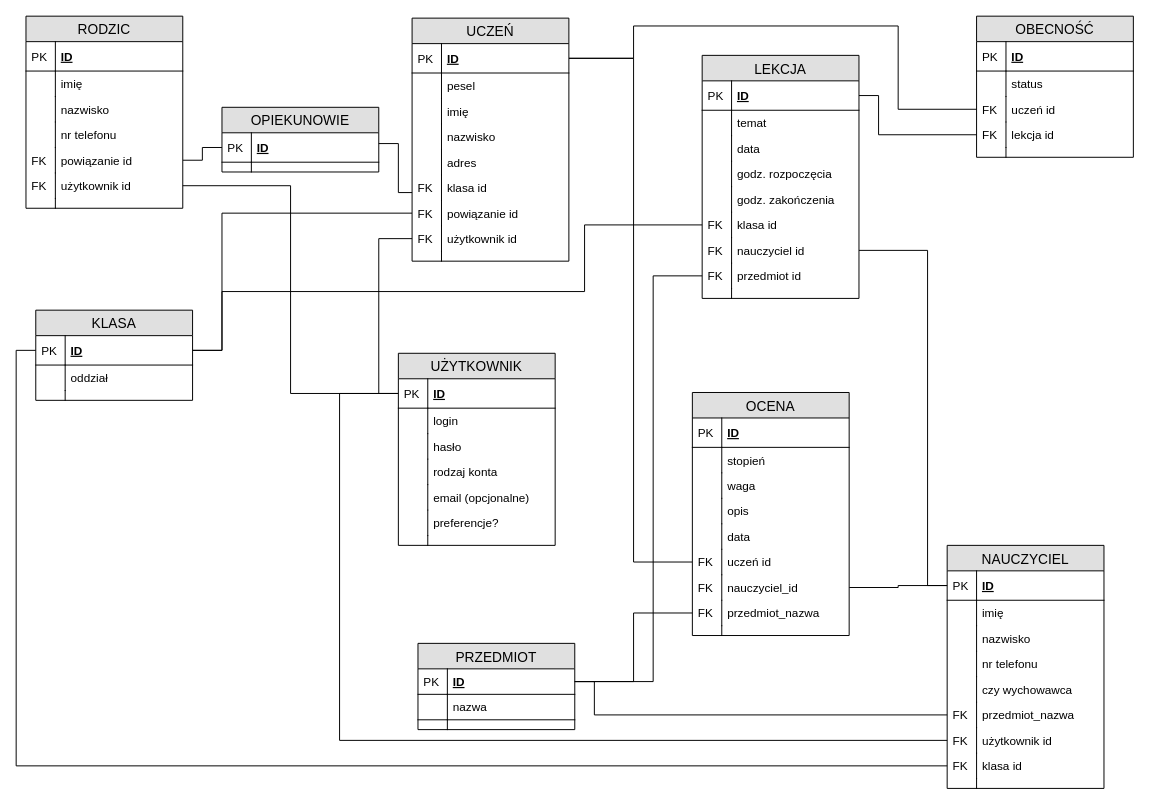
This is page "Moidel Logiczny" (2 of 4) of Modele/modele.drawio from maciekpajak/BAZY_DANYCH_PROJEKT, a draw.io file, before an edit. Source tidied: cells renumbered, new cells numbered last; positions are measured from the earlier drawing's top-left corner, leaving out a move shared by most shapes. Both pictures are drawn from the tidied source at 98%, with x=0, y=0 at pixel (25, 16).
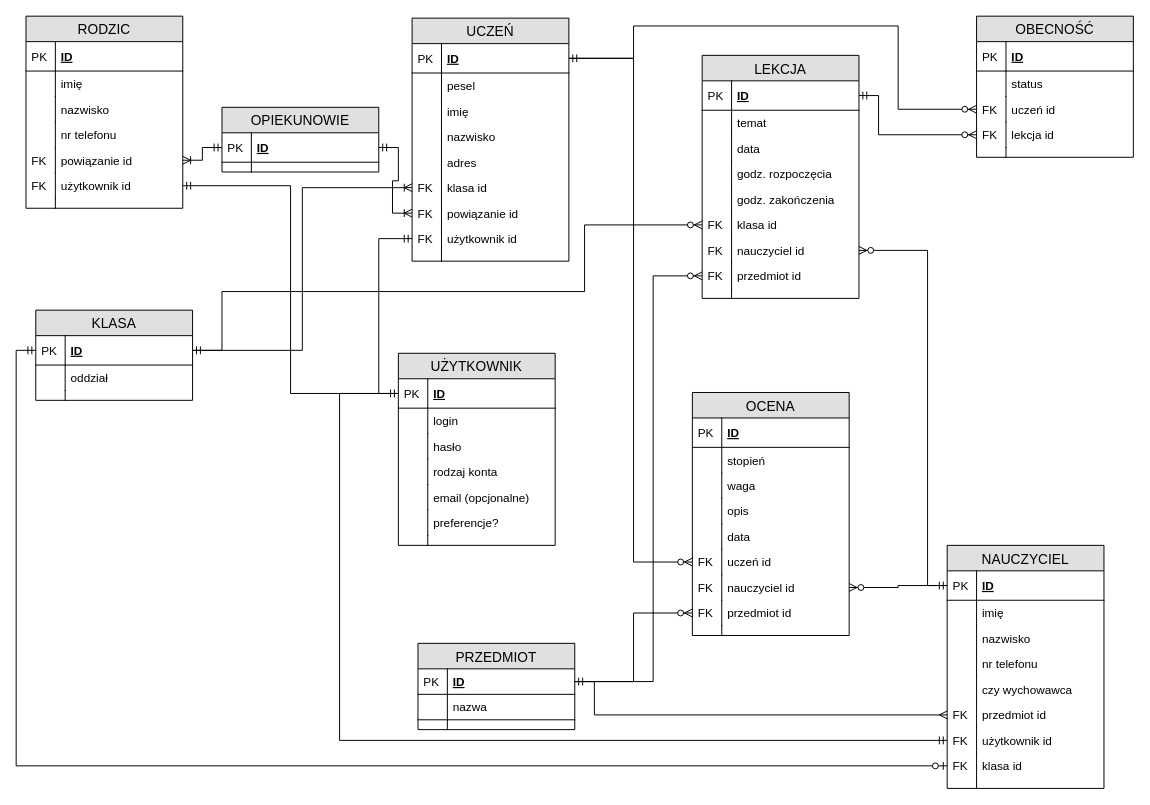
The same page after the edit.

Unchanged cells that the change refers to:
```xml
<mxCell id="3" value="ID" style="shape=partialRectangle;top=0;left=0;right=0;bottom=1;align=left;verticalAlign=middle;fillColor=none;spacingLeft=34;spacingRight=4;overflow=hidden;points=[[0,0.5],[1,0.5]];portConstraint=eastwest;fontStyle=5;fontSize=12;" parent="2" vertex="1">
  <mxGeometry y="26" width="160" height="30" as="geometry" />
</mxCell>
<mxCell id="13" value="klasa id" style="shape=partialRectangle;top=0;left=0;right=0;bottom=0;align=left;verticalAlign=top;fillColor=none;spacingLeft=34;spacingRight=4;overflow=hidden;points=[[0,0.5],[1,0.5]];portConstraint=eastwest;fontSize=12;" parent="2" vertex="1">
  <mxGeometry y="160" width="160" height="26" as="geometry" />
</mxCell>
<mxCell id="15" value="nauczyciel id" style="shape=partialRectangle;top=0;left=0;right=0;bottom=0;align=left;verticalAlign=top;fillColor=none;spacingLeft=34;spacingRight=4;overflow=hidden;points=[[0,0.5],[1,0.5]];portConstraint=eastwest;fontSize=12;" parent="2" vertex="1">
  <mxGeometry y="186" width="160" height="26" as="geometry" />
</mxCell>
<mxCell id="17" value="przedmiot id" style="shape=partialRectangle;top=0;left=0;right=0;bottom=0;align=left;verticalAlign=top;fillColor=none;spacingLeft=34;spacingRight=4;overflow=hidden;points=[[0,0.5],[1,0.5]];portConstraint=eastwest;fontSize=12;" parent="2" vertex="1">
  <mxGeometry y="212" width="160" height="26" as="geometry" />
</mxCell>
<mxCell id="26" value="uczeń id" style="shape=partialRectangle;top=0;left=0;right=0;bottom=0;align=left;verticalAlign=top;fillColor=none;spacingLeft=34;spacingRight=4;overflow=hidden;points=[[0,0.5],[1,0.5]];portConstraint=eastwest;fontSize=12;" parent="21" vertex="1">
  <mxGeometry y="82" width="160" height="26" as="geometry" />
</mxCell>
<mxCell id="28" value="lekcja id" style="shape=partialRectangle;top=0;left=0;right=0;bottom=0;align=left;verticalAlign=top;fillColor=none;spacingLeft=34;spacingRight=4;overflow=hidden;points=[[0,0.5],[1,0.5]];portConstraint=eastwest;fontSize=12;" parent="21" vertex="1">
  <mxGeometry y="108" width="160" height="26" as="geometry" />
</mxCell>
<mxCell id="39" value="NAUCZYCIEL" style="swimlane;fontStyle=0;horizontal=1;startSize=26;fillColor=#e0e0e0;swimlaneFillColor=#ffffff;align=center;fontSize=14;rounded=0;" parent="1" vertex="1">
  <mxGeometry x="940" y="540" width="160" height="248" as="geometry" />
</mxCell>
<mxCell id="40" value="ID" style="shape=partialRectangle;top=0;left=0;right=0;bottom=1;align=left;verticalAlign=middle;fillColor=none;spacingLeft=34;spacingRight=4;overflow=hidden;points=[[0,0.5],[1,0.5]];portConstraint=eastwest;fontStyle=5;fontSize=12;" parent="39" vertex="1">
  <mxGeometry y="26" width="160" height="30" as="geometry" />
</mxCell>
<mxCell id="52" value="użytkownik id" style="shape=partialRectangle;top=0;left=0;right=0;bottom=0;align=left;verticalAlign=top;fillColor=none;spacingLeft=34;spacingRight=4;overflow=hidden;points=[[0,0.5],[1,0.5]];portConstraint=eastwest;fontSize=12;rounded=0;" parent="39" vertex="1">
  <mxGeometry y="186" width="160" height="26" as="geometry" />
</mxCell>
<mxCell id="54" value="klasa id" style="shape=partialRectangle;top=0;left=0;right=0;bottom=0;align=left;verticalAlign=top;fillColor=none;spacingLeft=34;spacingRight=4;overflow=hidden;points=[[0,0.5],[1,0.5]];portConstraint=eastwest;fontSize=12;rounded=0;" parent="39" vertex="1">
  <mxGeometry y="212" width="160" height="26" as="geometry" />
</mxCell>
<mxCell id="59" value="OCENA" style="swimlane;fontStyle=0;horizontal=1;startSize=26;fillColor=#e0e0e0;swimlaneFillColor=#ffffff;align=center;fontSize=14;rounded=0;" parent="1" vertex="1">
  <mxGeometry x="680" y="384" width="160" height="248" as="geometry" />
</mxCell>
<mxCell id="70" value="uczeń id" style="shape=partialRectangle;top=0;left=0;right=0;bottom=0;align=left;verticalAlign=top;fillColor=none;spacingLeft=34;spacingRight=4;overflow=hidden;points=[[0,0.5],[1,0.5]];portConstraint=eastwest;fontSize=12;" parent="59" vertex="1">
  <mxGeometry y="160" width="160" height="26" as="geometry" />
</mxCell>
<mxCell id="87" value="powiązanie id" style="shape=partialRectangle;top=0;left=0;right=0;bottom=0;align=left;verticalAlign=top;fillColor=none;spacingLeft=34;spacingRight=4;overflow=hidden;points=[[0,0.5],[1,0.5]];portConstraint=eastwest;fontSize=12;" parent="78" vertex="1">
  <mxGeometry y="134" width="160" height="26" as="geometry" />
</mxCell>
<mxCell id="89" value="użytkownik id" style="shape=partialRectangle;top=0;left=0;right=0;bottom=0;align=left;verticalAlign=top;fillColor=none;spacingLeft=34;spacingRight=4;overflow=hidden;points=[[0,0.5],[1,0.5]];portConstraint=eastwest;fontSize=12;" parent="78" vertex="1">
  <mxGeometry y="160" width="160" height="26" as="geometry" />
</mxCell>
<mxCell id="94" value="ID" style="shape=partialRectangle;top=0;left=0;right=0;bottom=1;align=left;verticalAlign=middle;fillColor=none;spacingLeft=34;spacingRight=4;overflow=hidden;points=[[0,0.5],[1,0.5]];portConstraint=eastwest;fontStyle=5;fontSize=12;" parent="93" vertex="1">
  <mxGeometry y="26" width="160" height="30" as="geometry" />
</mxCell>
<mxCell id="104" value="klasa id" style="shape=partialRectangle;top=0;left=0;right=0;bottom=0;align=left;verticalAlign=top;fillColor=none;spacingLeft=34;spacingRight=4;overflow=hidden;points=[[0,0.5],[1,0.5]];portConstraint=eastwest;fontSize=12;rounded=0;" parent="93" vertex="1">
  <mxGeometry y="160" width="160" height="26" as="geometry" />
</mxCell>
<mxCell id="106" value="powiązanie id" style="shape=partialRectangle;top=0;left=0;right=0;bottom=0;align=left;verticalAlign=top;fillColor=none;spacingLeft=34;spacingRight=4;overflow=hidden;points=[[0,0.5],[1,0.5]];portConstraint=eastwest;fontSize=12;rounded=0;" parent="93" vertex="1">
  <mxGeometry y="186" width="160" height="26" as="geometry" />
</mxCell>
<mxCell id="108" value="użytkownik id" style="shape=partialRectangle;top=0;left=0;right=0;bottom=0;align=left;verticalAlign=top;fillColor=none;spacingLeft=34;spacingRight=4;overflow=hidden;points=[[0,0.5],[1,0.5]];portConstraint=eastwest;fontSize=12;rounded=0;" parent="93" vertex="1">
  <mxGeometry y="212" width="160" height="26" as="geometry" />
</mxCell>
<mxCell id="113" value="ID" style="shape=partialRectangle;top=0;left=0;right=0;bottom=1;align=left;verticalAlign=middle;fillColor=none;spacingLeft=34;spacingRight=4;overflow=hidden;points=[[0,0.5],[1,0.5]];portConstraint=eastwest;fontStyle=5;fontSize=12;" parent="112" vertex="1">
  <mxGeometry y="26" width="160" height="30" as="geometry" />
</mxCell>
<mxCell id="118" value="ID" style="shape=partialRectangle;top=0;left=0;right=0;bottom=1;align=left;verticalAlign=middle;fillColor=none;spacingLeft=34;spacingRight=4;overflow=hidden;points=[[0,0.5],[1,0.5]];portConstraint=eastwest;fontStyle=5;fontSize=12;" parent="117" vertex="1">
  <mxGeometry y="26" width="160" height="30" as="geometry" />
</mxCell>
<mxCell id="128" value="ID" style="shape=partialRectangle;top=0;left=0;right=0;bottom=1;align=left;verticalAlign=middle;fillColor=none;spacingLeft=34;spacingRight=4;overflow=hidden;points=[[0,0.5],[1,0.5]];portConstraint=eastwest;fontStyle=5;fontSize=12;" parent="127" vertex="1">
  <mxGeometry y="26" width="160" height="30" as="geometry" />
</mxCell>
<mxCell id="144" value="ID" style="shape=partialRectangle;top=0;left=0;right=0;bottom=1;align=left;verticalAlign=top;fillColor=none;spacingLeft=34;spacingRight=4;overflow=hidden;points=[[0,0.5],[1,0.5]];portConstraint=eastwest;fontSize=12;fontStyle=5;" parent="143" vertex="1">
  <mxGeometry y="26" width="160" height="26" as="geometry" />
</mxCell>
```

Change to the diagram source:
```diff
@@
-    <mxCell id="32" style="edgeStyle=orthogonalEdgeStyle;jettySize=auto;html=1;exitX=0;exitY=0.5;exitDx=0;exitDy=0;entryX=1;entryY=0.5;entryDx=0;entryDy=0;startArrow=none;startFill=0;endArrow=none;endFill=0;rounded=0;" parent="1" edge="1" source="28" target="3">
+    <mxCell id="32" style="edgeStyle=orthogonalEdgeStyle;jettySize=auto;html=1;exitX=0;exitY=0.5;exitDx=0;exitDy=0;entryX=1;entryY=0.5;entryDx=0;entryDy=0;startArrow=ERzeroToMany;startFill=1;endArrow=ERmandOne;endFill=0;rounded=0;" parent="1" edge="1" source="28" target="3">
       <mxGeometry relative="1" as="geometry">
         <Array as="points">
           <mxPoint x="870" y="121" />
           <mxPoint x="870" y="81" />
         </Array>
       </mxGeometry>
     </mxCell>
-    <mxCell id="33" style="edgeStyle=orthogonalEdgeStyle;jettySize=auto;html=1;exitX=0;exitY=0.5;exitDx=0;exitDy=0;entryX=1;entryY=0.5;entryDx=0;entryDy=0;startArrow=none;startFill=0;endArrow=none;endFill=0;rounded=0;" parent="1" edge="1" source="13" target="118">
+    <mxCell id="33" style="edgeStyle=orthogonalEdgeStyle;jettySize=auto;html=1;exitX=0;exitY=0.5;exitDx=0;exitDy=0;entryX=1;entryY=0.5;entryDx=0;entryDy=0;startArrow=ERzeroToMany;startFill=1;endArrow=none;endFill=0;rounded=0;" parent="1" edge="1" source="13" target="118">
       <mxGeometry relative="1" as="geometry">
         <Array as="points">
           <mxPoint x="570" y="213" />
           <mxPoint x="570" y="281" />
           <mxPoint x="200" y="281" />
           <mxPoint x="200" y="341" />
         </Array>
       </mxGeometry>
     </mxCell>
-    <mxCell id="34" style="edgeStyle=orthogonalEdgeStyle;jettySize=auto;html=1;exitX=1;exitY=0.5;exitDx=0;exitDy=0;entryX=0;entryY=0.5;entryDx=0;entryDy=0;startArrow=none;startFill=0;endArrow=none;endFill=0;rounded=0;" parent="1" edge="1" source="15" target="40">
+    <mxCell id="34" style="edgeStyle=orthogonalEdgeStyle;jettySize=auto;html=1;exitX=1;exitY=0.5;exitDx=0;exitDy=0;entryX=0;entryY=0.5;entryDx=0;entryDy=0;startArrow=ERzeroToMany;startFill=1;endArrow=none;endFill=0;rounded=0;" parent="1" edge="1" source="15" target="40">
       <mxGeometry relative="1" as="geometry">
         <Array as="points">
           <mxPoint x="920" y="239" />
           <mxPoint x="920" y="581" />
         </Array>
       </mxGeometry>
     </mxCell>
-    <mxCell id="35" style="edgeStyle=orthogonalEdgeStyle;rounded=0;jettySize=auto;html=1;exitX=0;exitY=0.5;exitDx=0;exitDy=0;entryX=1;entryY=0.5;entryDx=0;entryDy=0;startArrow=none;startFill=0;endArrow=none;endFill=0;strokeColor=#000000;" parent="1" edge="1" source="70" target="94">
+    <mxCell id="35" style="edgeStyle=orthogonalEdgeStyle;rounded=0;jettySize=auto;html=1;exitX=0;exitY=0.5;exitDx=0;exitDy=0;entryX=1;entryY=0.5;entryDx=0;entryDy=0;startArrow=ERzeroToMany;startFill=1;endArrow=none;endFill=0;strokeColor=#000000;" parent="1" edge="1" source="70" target="94">
       <mxGeometry relative="1" as="geometry">
         <Array as="points">
           <mxPoint x="620" y="557" />
           <mxPoint x="620" y="43" />
         </Array>
       </mxGeometry>
     </mxCell>
-    <mxCell id="36" style="edgeStyle=orthogonalEdgeStyle;rounded=0;jettySize=auto;html=1;exitX=1;exitY=0.5;exitDx=0;exitDy=0;entryX=0;entryY=0.5;entryDx=0;entryDy=0;endArrow=none;endFill=0;" parent="1" edge="1" source="87" target="113">
+    <mxCell id="36" style="edgeStyle=orthogonalEdgeStyle;rounded=0;jettySize=auto;html=1;exitX=1;exitY=0.5;exitDx=0;exitDy=0;entryX=0;entryY=0.5;entryDx=0;entryDy=0;endArrow=ERmandOne;endFill=0;startArrow=ERoneToMany;startFill=0;" parent="1" edge="1" source="87" target="113">
       <mxGeometry relative="1" as="geometry" />
     </mxCell>
-    <mxCell id="37" style="edgeStyle=orthogonalEdgeStyle;rounded=0;jettySize=auto;html=1;endArrow=none;endFill=0;exitX=0;exitY=0.5;exitDx=0;exitDy=0;entryX=1;entryY=0.5;entryDx=0;entryDy=0;" parent="1" edge="1" source="26" target="94">
+    <mxCell id="37" style="edgeStyle=orthogonalEdgeStyle;rounded=0;jettySize=auto;html=1;endArrow=ERmandOne;endFill=0;exitX=0;exitY=0.5;exitDx=0;exitDy=0;entryX=1;entryY=0.5;entryDx=0;entryDy=0;startArrow=ERzeroToMany;startFill=1;" parent="1" edge="1" source="26" target="94">
       <mxGeometry relative="1" as="geometry">
         <Array as="points">
           <mxPoint x="890" y="95" />
           <mxPoint x="890" y="10" />
           <mxPoint x="620" y="10" />
           <mxPoint x="620" y="43" />
         </Array>
       </mxGeometry>
     </mxCell>
-    <mxCell id="38" style="edgeStyle=orthogonalEdgeStyle;jettySize=auto;html=1;exitX=1;exitY=0.5;exitDx=0;exitDy=0;entryX=0;entryY=0.5;entryDx=0;entryDy=0;endArrow=none;endFill=0;rounded=0;strokeWidth=1;" parent="1" edge="1" source="118" target="106">
-      <mxGeometry relative="1" as="geometry">
-        <Array as="points">
-          <mxPoint x="200" y="341" />
-          <mxPoint x="200" y="201" />
-        </Array>
-      </mxGeometry>
-    </mxCell>
@@
-    <mxCell id="50" value="przedmiot_nazwa" style="shape=partialRectangle;top=0;left=0;right=0;bottom=0;align=left;verticalAlign=top;fillColor=none;spacingLeft=34;spacingRight=4;overflow=hidden;points=[[0,0.5],[1,0.5]];portConstraint=eastwest;fontSize=12;rounded=0;" parent="39" vertex="1">
+    <mxCell id="50" value="przedmiot id" style="shape=partialRectangle;top=0;left=0;right=0;bottom=0;align=left;verticalAlign=top;fillColor=none;spacingLeft=34;spacingRight=4;overflow=hidden;points=[[0,0.5],[1,0.5]];portConstraint=eastwest;fontSize=12;rounded=0;" parent="39" vertex="1">
       <mxGeometry y="160" width="160" height="26" as="geometry" />
     </mxCell>
@@
-    <mxCell id="58" style="edgeStyle=orthogonalEdgeStyle;rounded=0;jettySize=auto;html=1;exitX=0;exitY=0.5;exitDx=0;exitDy=0;entryX=1;entryY=0.5;entryDx=0;entryDy=0;endArrow=none;endFill=0;strokeWidth=1;" parent="1" edge="1" source="40" target="72">
+    <mxCell id="58" style="edgeStyle=orthogonalEdgeStyle;rounded=0;jettySize=auto;html=1;exitX=0;exitY=0.5;exitDx=0;exitDy=0;entryX=1;entryY=0.5;entryDx=0;entryDy=0;endArrow=ERzeroToMany;endFill=1;strokeWidth=1;startArrow=ERmandOne;startFill=0;" parent="1" edge="1" source="40" target="72">
       <mxGeometry relative="1" as="geometry" />
     </mxCell>
@@
-    <mxCell id="72" value="nauczyciel_id" style="shape=partialRectangle;top=0;left=0;right=0;bottom=0;align=left;verticalAlign=top;fillColor=none;spacingLeft=34;spacingRight=4;overflow=hidden;points=[[0,0.5],[1,0.5]];portConstraint=eastwest;fontSize=12;" parent="59" vertex="1">
+    <mxCell id="72" value="nauczyciel id" style="shape=partialRectangle;top=0;left=0;right=0;bottom=0;align=left;verticalAlign=top;fillColor=none;spacingLeft=34;spacingRight=4;overflow=hidden;points=[[0,0.5],[1,0.5]];portConstraint=eastwest;fontSize=12;" parent="59" vertex="1">
       <mxGeometry y="186" width="160" height="26" as="geometry" />
     </mxCell>
@@
-    <mxCell id="74" value="przedmiot_nazwa" style="shape=partialRectangle;top=0;left=0;right=0;bottom=0;align=left;verticalAlign=top;fillColor=none;spacingLeft=34;spacingRight=4;overflow=hidden;points=[[0,0.5],[1,0.5]];portConstraint=eastwest;fontSize=12;rounded=0;" parent="59" vertex="1">
+    <mxCell id="74" value="przedmiot id" style="shape=partialRectangle;top=0;left=0;right=0;bottom=0;align=left;verticalAlign=top;fillColor=none;spacingLeft=34;spacingRight=4;overflow=hidden;points=[[0,0.5],[1,0.5]];portConstraint=eastwest;fontSize=12;rounded=0;" parent="59" vertex="1">
       <mxGeometry y="212" width="160" height="26" as="geometry" />
     </mxCell>
@@
-    <mxCell id="124" style="edgeStyle=orthogonalEdgeStyle;rounded=0;jettySize=auto;html=1;exitX=1;exitY=0.5;exitDx=0;exitDy=0;entryX=0;entryY=0.5;entryDx=0;entryDy=0;endArrow=none;endFill=0;strokeWidth=1;" parent="1" edge="1" source="89" target="128">
+    <mxCell id="124" style="edgeStyle=orthogonalEdgeStyle;rounded=0;jettySize=auto;html=1;exitX=1;exitY=0.5;exitDx=0;exitDy=0;entryX=0;entryY=0.5;entryDx=0;entryDy=0;endArrow=none;endFill=0;strokeWidth=1;startArrow=ERmandOne;startFill=0;" parent="1" edge="1" source="89" target="128">
       <mxGeometry relative="1" as="geometry" />
     </mxCell>
-    <mxCell id="125" style="edgeStyle=orthogonalEdgeStyle;rounded=0;jettySize=auto;html=1;exitX=0;exitY=0.5;exitDx=0;exitDy=0;endArrow=none;endFill=0;strokeWidth=1;entryX=0;entryY=0.5;entryDx=0;entryDy=0;" parent="1" edge="1" source="108" target="128">
+    <mxCell id="125" style="edgeStyle=orthogonalEdgeStyle;rounded=0;jettySize=auto;html=1;exitX=0;exitY=0.5;exitDx=0;exitDy=0;endArrow=none;endFill=0;strokeWidth=1;entryX=0;entryY=0.5;entryDx=0;entryDy=0;startArrow=ERmandOne;startFill=0;" parent="1" edge="1" source="108" target="128">
       <mxGeometry relative="1" as="geometry" />
     </mxCell>
-    <mxCell id="126" style="edgeStyle=orthogonalEdgeStyle;rounded=0;jettySize=auto;html=1;exitX=0;exitY=0.5;exitDx=0;exitDy=0;entryX=0;entryY=0.5;entryDx=0;entryDy=0;endArrow=none;endFill=0;strokeWidth=1;" parent="1" edge="1" source="52" target="128">
+    <mxCell id="126" style="edgeStyle=orthogonalEdgeStyle;rounded=0;jettySize=auto;html=1;exitX=0;exitY=0.5;exitDx=0;exitDy=0;entryX=0;entryY=0.5;entryDx=0;entryDy=0;endArrow=ERmandOne;endFill=0;strokeWidth=1;startArrow=ERmandOne;startFill=0;" parent="1" edge="1" source="52" target="128">
       <mxGeometry relative="1" as="geometry">
         <Array as="points">
           <mxPoint x="320" y="739" />
           <mxPoint x="320" y="385" />
         </Array>
       </mxGeometry>
     </mxCell>
@@
-    <mxCell id="142" style="edgeStyle=orthogonalEdgeStyle;rounded=0;jettySize=auto;html=1;exitX=0;exitY=0.5;exitDx=0;exitDy=0;entryX=0;entryY=0.5;entryDx=0;entryDy=0;endArrow=none;endFill=0;strokeWidth=1;" parent="1" edge="1" source="54" target="118">
+    <mxCell id="142" style="edgeStyle=orthogonalEdgeStyle;rounded=0;jettySize=auto;html=1;exitX=0;exitY=0.5;exitDx=0;exitDy=0;entryX=0;entryY=0.5;entryDx=0;entryDy=0;endArrow=ERmandOne;endFill=0;strokeWidth=1;startArrow=ERzeroToOne;startFill=1;" parent="1" edge="1" source="54" target="118">
       <mxGeometry relative="1" as="geometry" />
     </mxCell>
@@
-    <mxCell id="150" style="edgeStyle=orthogonalEdgeStyle;rounded=0;jettySize=auto;html=1;exitX=0;exitY=0.5;exitDx=0;exitDy=0;entryX=1;entryY=0.5;entryDx=0;entryDy=0;endArrow=none;endFill=0;strokeWidth=1;" parent="1" edge="1" source="17" target="144">
+    <mxCell id="150" style="edgeStyle=orthogonalEdgeStyle;rounded=0;jettySize=auto;html=1;exitX=0;exitY=0.5;exitDx=0;exitDy=0;entryX=1;entryY=0.5;entryDx=0;entryDy=0;endArrow=ERmandOne;endFill=0;strokeWidth=1;startArrow=ERzeroToMany;startFill=1;" parent="1" edge="1" source="17" target="144">
       <mxGeometry relative="1" as="geometry">
         <Array as="points">
           <mxPoint x="640" y="265" />
           <mxPoint x="640" y="679" />
         </Array>
       </mxGeometry>
     </mxCell>
-    <mxCell id="151" style="edgeStyle=orthogonalEdgeStyle;rounded=0;jettySize=auto;html=1;exitX=0;exitY=0.5;exitDx=0;exitDy=0;entryX=1;entryY=0.5;entryDx=0;entryDy=0;endArrow=none;endFill=0;strokeWidth=1;" parent="1" edge="1" source="74" target="144">
+    <mxCell id="151" style="edgeStyle=orthogonalEdgeStyle;rounded=0;jettySize=auto;html=1;exitX=0;exitY=0.5;exitDx=0;exitDy=0;entryX=1;entryY=0.5;entryDx=0;entryDy=0;endArrow=none;endFill=0;strokeWidth=1;startArrow=ERzeroToMany;startFill=1;" parent="1" edge="1" source="74" target="144">
       <mxGeometry relative="1" as="geometry" />
     </mxCell>
-    <mxCell id="152" style="edgeStyle=orthogonalEdgeStyle;rounded=0;jettySize=auto;html=1;exitX=0;exitY=0.5;exitDx=0;exitDy=0;entryX=1;entryY=0.5;entryDx=0;entryDy=0;endArrow=none;endFill=0;strokeWidth=1;" parent="1" edge="1" source="50" target="144">
+    <mxCell id="152" style="edgeStyle=orthogonalEdgeStyle;rounded=0;jettySize=auto;html=1;exitX=0;exitY=0.5;exitDx=0;exitDy=0;entryX=1;entryY=0.5;entryDx=0;entryDy=0;endArrow=none;endFill=0;strokeWidth=1;startArrow=ERmany;startFill=0;" parent="1" edge="1" source="50" target="144">
       <mxGeometry relative="1" as="geometry">
         <Array as="points">
           <mxPoint x="580" y="713" />
           <mxPoint x="580" y="679" />
         </Array>
       </mxGeometry>
     </mxCell>
-    <mxCell id="153" style="endArrow=none;html=1;" parent="1" edge="1">
-      <mxGeometry relative="1" as="geometry">
-        <mxPoint x="380" y="180" as="sourcePoint" />
-        <mxPoint x="394" y="180" as="targetPoint" />
-      </mxGeometry>
-    </mxCell>
-    <mxCell id="154" style="endArrow=none;html=1;" parent="1" edge="1">
-      <mxGeometry relative="1" as="geometry">
-        <mxPoint x="380" y="180" as="sourcePoint" />
-        <mxPoint x="380" y="130" as="targetPoint" />
-      </mxGeometry>
-    </mxCell>
-    <mxCell id="155" style="endArrow=none;html=1;" parent="1" edge="1">
-      <mxGeometry relative="1" as="geometry">
-        <mxPoint x="360" y="130" as="sourcePoint" />
-        <mxPoint x="380" y="130" as="targetPoint" />
-      </mxGeometry>
-    </mxCell>
+    <mxCell id="156" style="edgeStyle=orthogonalEdgeStyle;rounded=0;jettySize=auto;html=1;exitX=0;exitY=0.5;exitDx=0;exitDy=0;entryX=1;entryY=0.5;entryDx=0;entryDy=0;startArrow=ERoneToMany;startFill=0;endArrow=ERmandOne;endFill=0;fontSize=12;" parent="1" edge="1" source="106" target="113">
+      <mxGeometry relative="1" as="geometry" />
+    </mxCell>
+    <mxCell id="157" style="edgeStyle=orthogonalEdgeStyle;rounded=0;jettySize=auto;html=1;exitX=0;exitY=0.5;exitDx=0;exitDy=0;entryX=1;entryY=0.5;entryDx=0;entryDy=0;startArrow=ERoneToMany;startFill=0;endArrow=ERmandOne;endFill=0;fontSize=12;" parent="1" edge="1" source="104" target="118">
+      <mxGeometry relative="1" as="geometry" />
+    </mxCell>
```
